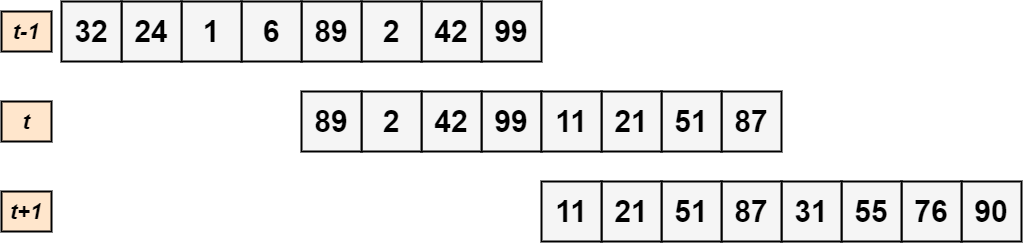
Before: diagrams/sliding_window.png, a diagram exported from draw.io (manuelpagliuca/seta-distributed-system). Source tidied: cells renumbered, new cells last; positions are measured from the earlier drawing's top-left corner, leaving out a move shared by most shapes.
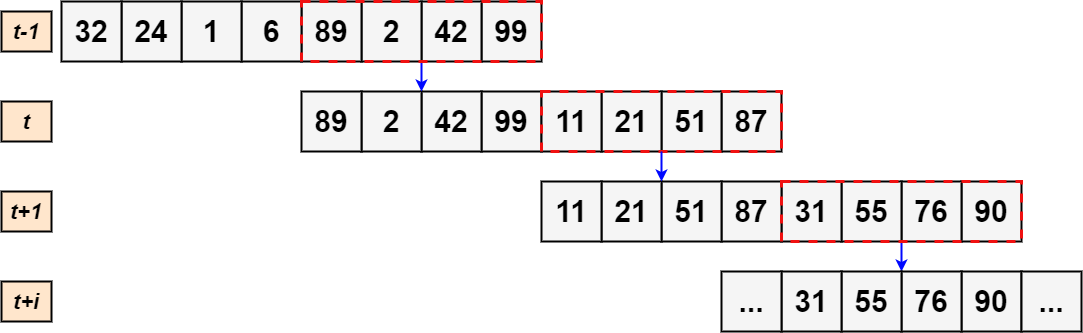
The same diagram one commit later.

Commit message:
changing diagram for sliding window

Diff of the diagram source:
```diff
@@ -59,6 +59,15 @@
     <mxCell id="20" value="&lt;span style=&quot;font-size: 30px&quot;&gt;&lt;b&gt;&lt;font color=&quot;#000000&quot;&gt;11&lt;/font&gt;&lt;/b&gt;&lt;/span&gt;" style="rounded=0;whiteSpace=wrap;html=1;labelBackgroundColor=none;fillColor=#f5f5f5;fontColor=#333333;strokeColor=#000000;strokeWidth=2;" parent="4" vertex="1">
       <mxGeometry x="480" y="90" width="60" height="60" as="geometry" />
     </mxCell>
+    <mxCell id="30" style="edgeStyle=orthogonalEdgeStyle;rounded=0;jettySize=auto;html=1;entryX=1;entryY=0;entryDx=0;entryDy=0;strokeColor=#0008FF;strokeWidth=2;" parent="4" edge="1" source="31" target="15">
+      <mxGeometry relative="1" as="geometry" />
+    </mxCell>
+    <mxCell id="31" style="rounded=0;whiteSpace=wrap;html=1;fillColor=none;dashed=1;strokeColor=#F01111;strokeWidth=3;" parent="4" vertex="1">
+      <mxGeometry x="240" width="240" height="60" as="geometry" />
+    </mxCell>
+    <mxCell id="32" style="rounded=0;whiteSpace=wrap;html=1;fillColor=none;dashed=1;strokeColor=#F01111;strokeWidth=3;" parent="4" vertex="1">
+      <mxGeometry x="480" y="90" width="240" height="60" as="geometry" />
+    </mxCell>
     <mxCell id="21" value="&lt;font color=&quot;#000000&quot; size=&quot;1&quot;&gt;&lt;b style=&quot;font-size: 22px&quot;&gt;&lt;i&gt;t+1&lt;/i&gt;&lt;/b&gt;&lt;/font&gt;" style="rounded=0;whiteSpace=wrap;html=1;labelBackgroundColor=none;strokeWidth=2;fillColor=#ffe6cc;strokeColor=#000000;" parent="1" vertex="1">
       <mxGeometry y="190" width="50" height="40" as="geometry" />
     </mxCell>
@@ -86,5 +95,37 @@
     <mxCell id="29" value="&lt;span style=&quot;font-size: 30px&quot;&gt;&lt;b&gt;&lt;font color=&quot;#000000&quot;&gt;11&lt;/font&gt;&lt;/b&gt;&lt;/span&gt;" style="rounded=0;whiteSpace=wrap;html=1;labelBackgroundColor=none;fillColor=#f5f5f5;fontColor=#333333;strokeColor=#000000;strokeWidth=2;" parent="1" vertex="1">
       <mxGeometry x="540" y="180" width="60" height="60" as="geometry" />
     </mxCell>
+    <mxCell id="33" style="edgeStyle=orthogonalEdgeStyle;rounded=0;jettySize=auto;html=1;strokeColor=#0008FF;strokeWidth=2;" parent="1" edge="1" source="34">
+      <mxGeometry relative="1" as="geometry">
+        <mxPoint x="900" y="270" as="targetPoint" />
+      </mxGeometry>
+    </mxCell>
+    <mxCell id="34" style="rounded=0;whiteSpace=wrap;html=1;fillColor=none;dashed=1;strokeColor=#F01111;strokeWidth=3;" parent="1" vertex="1">
+      <mxGeometry x="780" y="180" width="240" height="60" as="geometry" />
+    </mxCell>
+    <mxCell id="35" style="edgeStyle=orthogonalEdgeStyle;rounded=0;jettySize=auto;html=1;entryX=1;entryY=0;entryDx=0;entryDy=0;strokeColor=#0008FF;strokeWidth=2;" parent="1" edge="1" source="32" target="28">
+      <mxGeometry relative="1" as="geometry" />
+    </mxCell>
+    <mxCell id="36" value="&lt;span style=&quot;font-size: 30px&quot;&gt;&lt;b&gt;&lt;font color=&quot;#000000&quot;&gt;90&lt;/font&gt;&lt;/b&gt;&lt;/span&gt;" style="rounded=0;whiteSpace=wrap;html=1;labelBackgroundColor=none;fillColor=#f5f5f5;fontColor=#333333;strokeColor=#000000;strokeWidth=2;" parent="1" vertex="1">
+      <mxGeometry x="960" y="270" width="60" height="60" as="geometry" />
+    </mxCell>
+    <mxCell id="37" value="&lt;span style=&quot;font-size: 30px&quot;&gt;&lt;b&gt;&lt;font color=&quot;#000000&quot;&gt;76&lt;/font&gt;&lt;/b&gt;&lt;/span&gt;" style="rounded=0;whiteSpace=wrap;html=1;labelBackgroundColor=none;fillColor=#f5f5f5;fontColor=#333333;strokeColor=#000000;strokeWidth=2;" parent="1" vertex="1">
+      <mxGeometry x="900" y="270" width="60" height="60" as="geometry" />
+    </mxCell>
+    <mxCell id="38" value="&lt;font color=&quot;#000000&quot;&gt;&lt;span style=&quot;font-size: 30px&quot;&gt;&lt;b&gt;55&lt;/b&gt;&lt;/span&gt;&lt;/font&gt;" style="rounded=0;whiteSpace=wrap;html=1;labelBackgroundColor=none;fillColor=#f5f5f5;fontColor=#333333;strokeColor=#000000;strokeWidth=2;" parent="1" vertex="1">
+      <mxGeometry x="840" y="270" width="60" height="60" as="geometry" />
+    </mxCell>
+    <mxCell id="39" value="&lt;span style=&quot;font-size: 30px&quot;&gt;&lt;b&gt;&lt;font color=&quot;#000000&quot;&gt;31&lt;/font&gt;&lt;/b&gt;&lt;/span&gt;" style="rounded=0;whiteSpace=wrap;html=1;labelBackgroundColor=none;fillColor=#f5f5f5;fontColor=#333333;strokeColor=#000000;strokeWidth=2;" parent="1" vertex="1">
+      <mxGeometry x="780" y="270" width="60" height="60" as="geometry" />
+    </mxCell>
+    <mxCell id="40" value="&lt;span style=&quot;font-size: 30px&quot;&gt;&lt;b&gt;&lt;font color=&quot;#000000&quot;&gt;...&lt;/font&gt;&lt;/b&gt;&lt;/span&gt;" style="rounded=0;whiteSpace=wrap;html=1;labelBackgroundColor=none;fillColor=#f5f5f5;fontColor=#333333;strokeColor=#000000;strokeWidth=2;" parent="1" vertex="1">
+      <mxGeometry x="720" y="270" width="60" height="60" as="geometry" />
+    </mxCell>
+    <mxCell id="41" value="&lt;span style=&quot;font-size: 30px&quot;&gt;&lt;b&gt;&lt;font color=&quot;#000000&quot;&gt;...&lt;/font&gt;&lt;/b&gt;&lt;/span&gt;" style="rounded=0;whiteSpace=wrap;html=1;labelBackgroundColor=none;fillColor=#f5f5f5;fontColor=#333333;strokeColor=#000000;strokeWidth=2;" parent="1" vertex="1">
+      <mxGeometry x="1020" y="270" width="60" height="60" as="geometry" />
+    </mxCell>
+    <mxCell id="42" value="&lt;font color=&quot;#000000&quot; size=&quot;1&quot;&gt;&lt;b style=&quot;font-size: 22px&quot;&gt;&lt;i&gt;t+i&lt;/i&gt;&lt;/b&gt;&lt;/font&gt;" style="rounded=0;whiteSpace=wrap;html=1;labelBackgroundColor=none;strokeWidth=2;fillColor=#ffe6cc;strokeColor=#000000;" parent="1" vertex="1">
+      <mxGeometry y="280" width="50" height="40" as="geometry" />
+    </mxCell>
   </root>
 </mxGraphModel>
```
